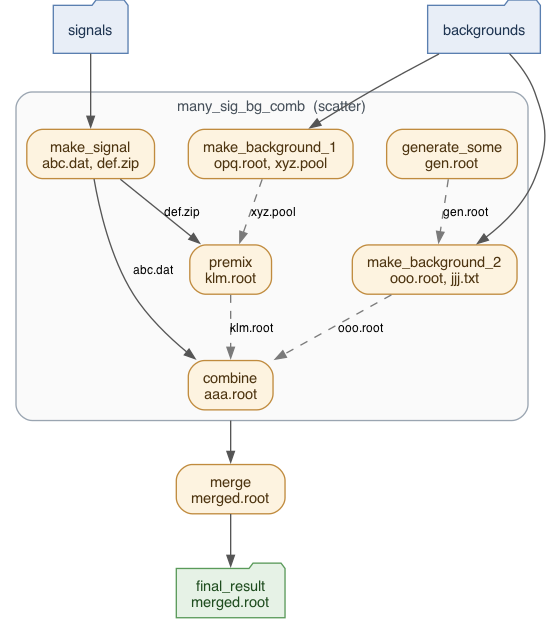
This is docs/source/client/native_workflow/images/pchain_native_dag_scatter_sig_bg_comb_wfd.png from PanDAWMS/panda-docs, a Graphviz export, as it was before one commit. Its source is kept beside it as docs/source/client/native_workflow/dag/pchain_native_dag_scatter_sig_bg_comb_wfd.dot. Its diagram source:
```dot
digraph "scatter_sig_bg_comb" {
  compound=true;
  rankdir=TB;
  graph [fontname="Helvetica", bgcolor="transparent", nodesep=0.35, ranksep=0.55];
  node [fontname="Helvetica", fontsize=11, margin="0.16,0.09"];
  edge [fontname="Helvetica", fontsize=9, color="#555555", arrowsize=0.8];

  "in_signals" [label="signals", shape=folder, style=filled, fillcolor="#e8eef7", color="#5a7fb0", fontcolor="#1f3552"];
  "in_backgrounds" [label="backgrounds", shape=folder, style=filled, fillcolor="#e8eef7", color="#5a7fb0", fontcolor="#1f3552"];
  subgraph "cluster_many_sig_bg_comb" {
    label="many_sig_bg_comb  (scatter)";
    graph [style="rounded,filled", fillcolor="#fafafa", color="#9aa5b1", fontcolor="#48525c", fontsize=11];
    "many_sig_bg_comb__make_signal" [label="make_signal\nabc.dat, def.zip", shape=box, style="rounded,filled", fillcolor="#fdf3e0", color="#c08b3e", fontcolor="#4d3410"];
    "many_sig_bg_comb__make_background_1" [label="make_background_1\nopq.root, xyz.pool", shape=box, style="rounded,filled", fillcolor="#fdf3e0", color="#c08b3e", fontcolor="#4d3410"];
    "many_sig_bg_comb__generate_some" [label="generate_some\ngen.root", shape=box, style="rounded,filled", fillcolor="#fdf3e0", color="#c08b3e", fontcolor="#4d3410"];
    "many_sig_bg_comb__premix" [label="premix\nklm.root", shape=box, style="rounded,filled", fillcolor="#fdf3e0", color="#c08b3e", fontcolor="#4d3410"];
    "many_sig_bg_comb__make_background_2" [label="make_background_2\nooo.root, jjj.txt", shape=box, style="rounded,filled", fillcolor="#fdf3e0", color="#c08b3e", fontcolor="#4d3410"];
    "many_sig_bg_comb__combine" [label="combine\naaa.root", shape=box, style="rounded,filled", fillcolor="#fdf3e0", color="#c08b3e", fontcolor="#4d3410"];
    "many_sig_bg_comb__make_signal" -> "many_sig_bg_comb__premix" [label="def.zip"];
    "many_sig_bg_comb__make_background_1" -> "many_sig_bg_comb__premix" [label="xyz.pool", style=dashed, color="#7a7a7a"];
    "many_sig_bg_comb__generate_some" -> "many_sig_bg_comb__make_background_2" [label="gen.root", style=dashed, color="#7a7a7a"];
    "many_sig_bg_comb__make_signal" -> "many_sig_bg_comb__combine" [label="abc.dat"];
    "many_sig_bg_comb__premix" -> "many_sig_bg_comb__combine" [label="klm.root", style=dashed, color="#7a7a7a"];
    "many_sig_bg_comb__make_background_2" -> "many_sig_bg_comb__combine" [label="ooo.root", style=dashed, color="#7a7a7a"];
  }
  "in_signals" -> "many_sig_bg_comb__make_signal";
  "in_backgrounds" -> "many_sig_bg_comb__make_background_1";
  "in_backgrounds" -> "many_sig_bg_comb__make_background_2";
  "merge" [label="merge\nmerged.root", shape=box, style="rounded,filled", fillcolor="#fdf3e0", color="#c08b3e", fontcolor="#4d3410"];
  "many_sig_bg_comb__combine" -> "merge" [ltail="cluster_many_sig_bg_comb"];
  "out_final_result" [label="final_result\nmerged.root", shape=folder, style=filled, fillcolor="#e6f2e6", color="#5a9a5a", fontcolor="#1f4d1f"];
  "merge" -> "out_final_result";
}
```
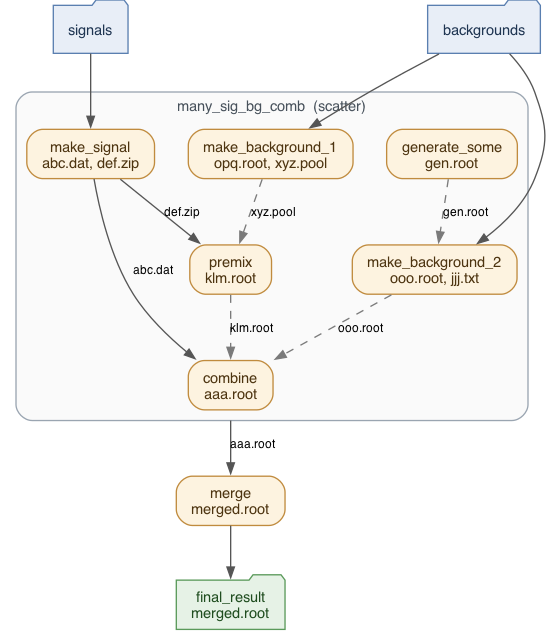
Above is the later version.

What changed in the source:
```diff
@@ -27,7 +27,7 @@
   "in_backgrounds" -> "many_sig_bg_comb__make_background_1";
   "in_backgrounds" -> "many_sig_bg_comb__make_background_2";
   "merge" [label="merge\nmerged.root", shape=box, style="rounded,filled", fillcolor="#fdf3e0", color="#c08b3e", fontcolor="#4d3410"];
-  "many_sig_bg_comb__combine" -> "merge" [ltail="cluster_many_sig_bg_comb"];
+  "many_sig_bg_comb__combine" -> "merge" [label="aaa.root", ltail="cluster_many_sig_bg_comb"];
   "out_final_result" [label="final_result\nmerged.root", shape=folder, style=filled, fillcolor="#e6f2e6", color="#5a9a5a", fontcolor="#1f4d1f"];
   "merge" -> "out_final_result";
 }
```
